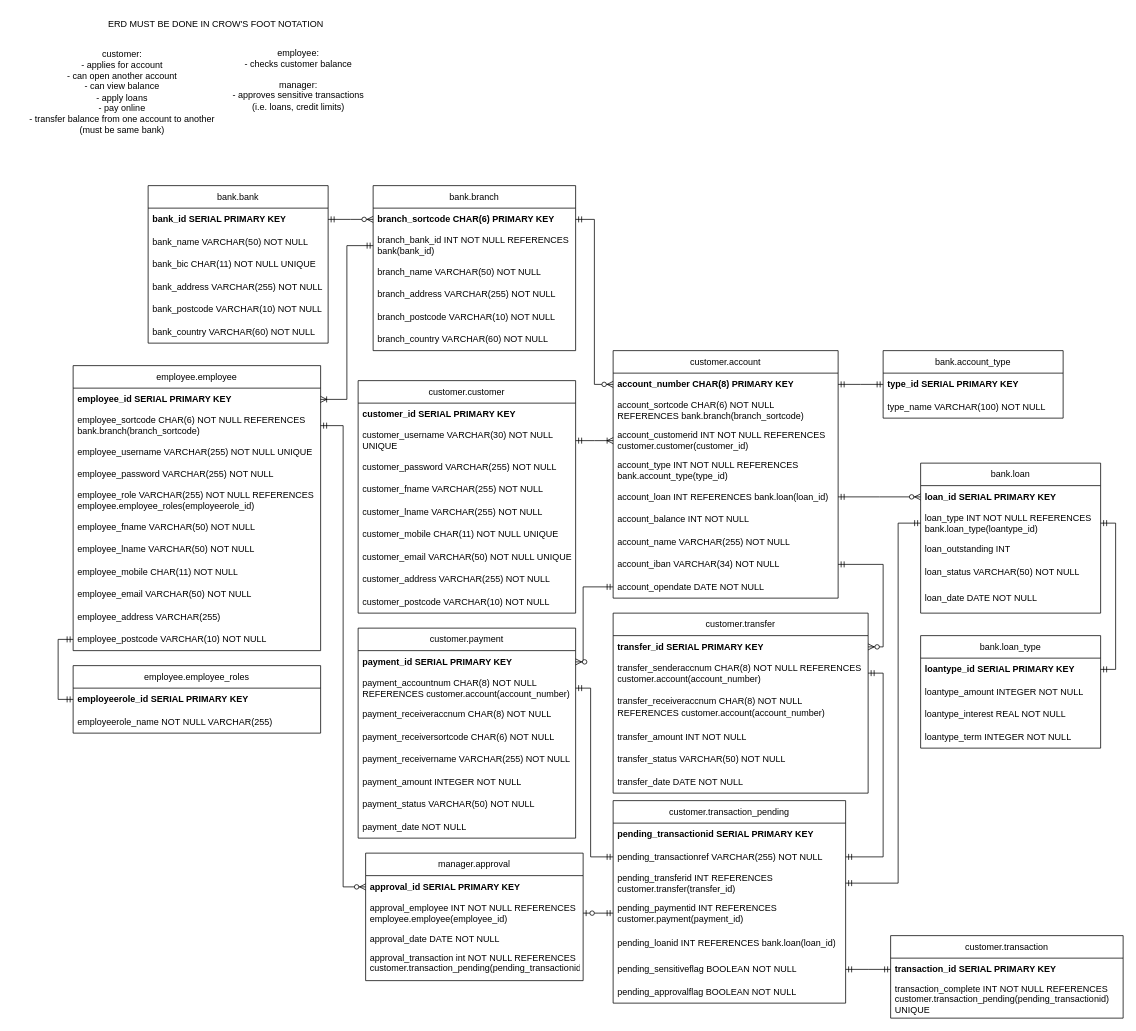
The draw.io diagram im-erd.drawio in rzvn666/IM-CW1, before the edit. Source tidied: cells renumbered, new cells numbered last; positions are measured from the earlier drawing's top-left corner, leaving out a move shared by most shapes. Both pictures are drawn from the tidied source at 75%, with x=0, y=0 at pixel (13, 13).
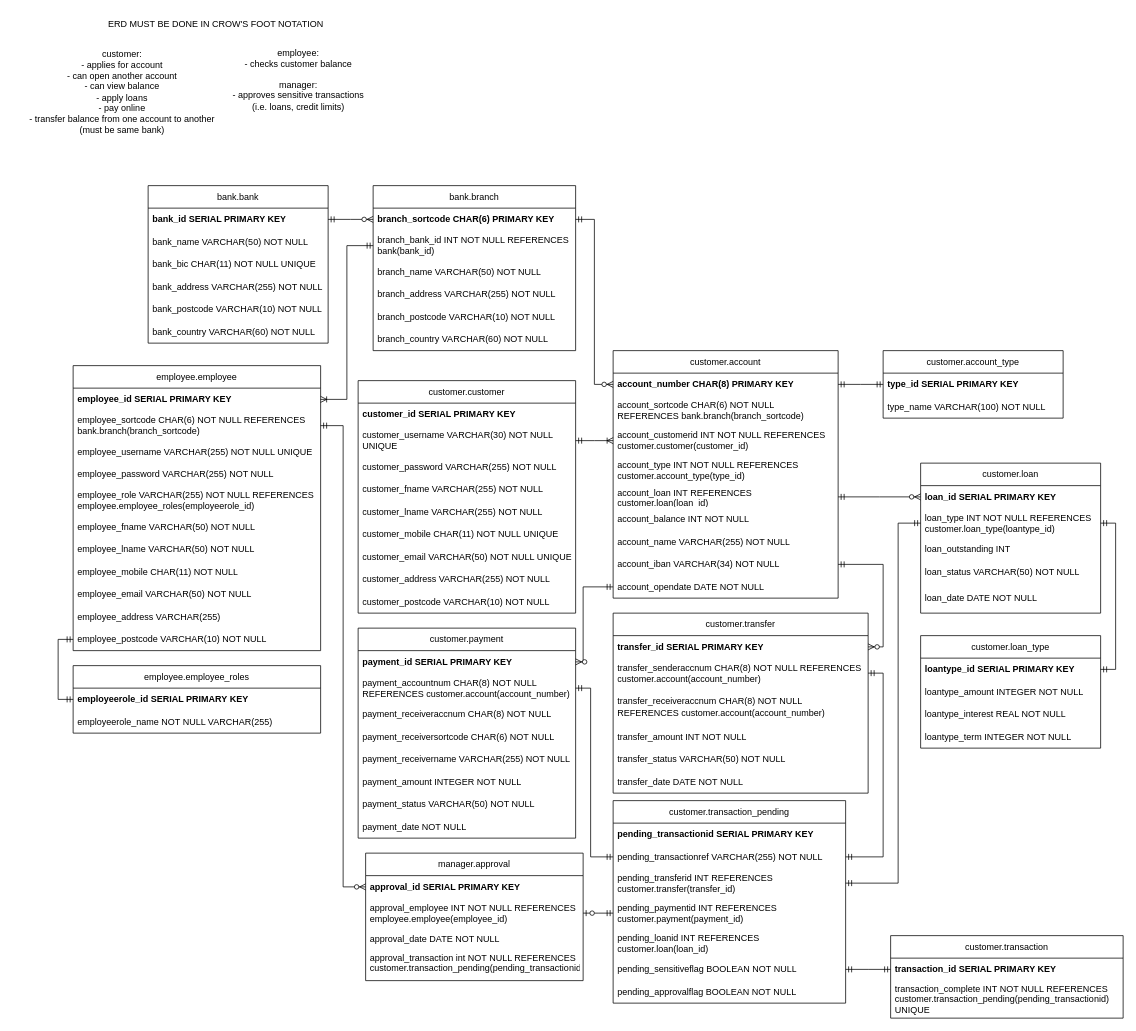
After the change.

Commit message (it also covers changes not shown here):
changed config files, added script to change config file, changed some bank. tables to customer., changed erd

Unchanged cells that the change refers to:
```xml
<mxCell id="16" value="customer.account" style="swimlane;fontStyle=0;horizontal=1;startSize=30;whiteSpace=wrap;html=1;" parent="1" vertex="1">
  <mxGeometry x="800" y="450" width="300" height="330" as="geometry" />
</mxCell>
<mxCell id="64" value="customer.transaction_pending" style="swimlane;fontStyle=0;horizontal=1;startSize=30;whiteSpace=wrap;html=1;" parent="1" vertex="1">
  <mxGeometry x="800" y="1050" width="310" height="270" as="geometry" />
</mxCell>
```

The edit, as a diff of the source:
```diff
@@
-    <mxCell id="20" value="account_type INT NOT NULL REFERENCES bank.account_type(type_id)" style="text;strokeColor=none;fillColor=none;align=left;verticalAlign=middle;spacingLeft=4;spacingRight=4;overflow=hidden;whiteSpace=wrap;html=1;" parent="16" vertex="1">
+    <mxCell id="20" value="account_type INT NOT NULL REFERENCES customer.account_type(type_id)" style="text;strokeColor=none;fillColor=none;align=left;verticalAlign=middle;spacingLeft=4;spacingRight=4;overflow=hidden;whiteSpace=wrap;html=1;" parent="16" vertex="1">
       <mxGeometry y="140" width="300" height="40" as="geometry" />
     </mxCell>
-    <mxCell id="21" value="account_loan INT REFERENCES bank.loan(loan_id)" style="text;strokeColor=none;fillColor=none;align=left;verticalAlign=middle;spacingLeft=4;spacingRight=4;overflow=hidden;points=[[0,0.5],[1,0.5]];portConstraint=eastwest;whiteSpace=wrap;html=1;" parent="16" vertex="1">
+    <mxCell id="21" value="account_loan INT REFERENCES customer.loan(loan_id)" style="text;strokeColor=none;fillColor=none;align=left;verticalAlign=middle;spacingLeft=4;spacingRight=4;overflow=hidden;points=[[0,0.5],[1,0.5]];portConstraint=eastwest;whiteSpace=wrap;html=1;" parent="16" vertex="1">
       <mxGeometry y="180" width="300" height="30" as="geometry" />
     </mxCell>
@@
-    <mxCell id="26" value="bank.loan_type" style="swimlane;fontStyle=0;horizontal=1;startSize=30;whiteSpace=wrap;html=1;" parent="1" vertex="1">
+    <mxCell id="26" value="customer.loan_type" style="swimlane;fontStyle=0;horizontal=1;startSize=30;whiteSpace=wrap;html=1;" parent="1" vertex="1">
       <mxGeometry x="1210" y="830" width="240" height="150" as="geometry" />
     </mxCell>
@@
-    <mxCell id="48" value="bank.account_type" style="swimlane;fontStyle=0;horizontal=1;startSize=30;whiteSpace=wrap;html=1;" parent="1" vertex="1">
+    <mxCell id="48" value="customer.account_type" style="swimlane;fontStyle=0;horizontal=1;startSize=30;whiteSpace=wrap;html=1;" parent="1" vertex="1">
       <mxGeometry x="1160" y="450" width="240" height="90" as="geometry" />
     </mxCell>
@@
-    <mxCell id="69" value="pending_loanid INT REFERENCES bank.loan(loan_id)" style="text;strokeColor=none;fillColor=none;align=left;verticalAlign=middle;spacingLeft=4;spacingRight=4;overflow=hidden;whiteSpace=wrap;html=1;" parent="64" vertex="1">
+    <mxCell id="69" value="pending_loanid INT REFERENCES customer.loan(loan_id)" style="text;strokeColor=none;fillColor=none;align=left;verticalAlign=middle;spacingLeft=4;spacingRight=4;overflow=hidden;whiteSpace=wrap;html=1;" parent="64" vertex="1">
       <mxGeometry y="170" width="310" height="40" as="geometry" />
     </mxCell>
@@
-    <mxCell id="103" value="bank.loan" style="swimlane;fontStyle=0;horizontal=1;startSize=30;whiteSpace=wrap;html=1;" parent="1" vertex="1">
+    <mxCell id="103" value="customer.loan" style="swimlane;fontStyle=0;horizontal=1;startSize=30;whiteSpace=wrap;html=1;" parent="1" vertex="1">
       <mxGeometry x="1210" y="600" width="240" height="200" as="geometry" />
     </mxCell>
@@
-    <mxCell id="105" value="loan_type INT NOT NULL REFERENCES bank.loan_type(loantype_id)" style="text;strokeColor=none;fillColor=none;align=left;verticalAlign=middle;spacingLeft=4;spacingRight=4;overflow=hidden;points=[[0,0.5],[1,0.5]];portConstraint=eastwest;whiteSpace=wrap;html=1;" parent="103" vertex="1">
+    <mxCell id="105" value="loan_type INT NOT NULL REFERENCES customer.loan_type(loantype_id)" style="text;strokeColor=none;fillColor=none;align=left;verticalAlign=middle;spacingLeft=4;spacingRight=4;overflow=hidden;points=[[0,0.5],[1,0.5]];portConstraint=eastwest;whiteSpace=wrap;html=1;" parent="103" vertex="1">
       <mxGeometry y="60" width="240" height="40" as="geometry" />
     </mxCell>
```
